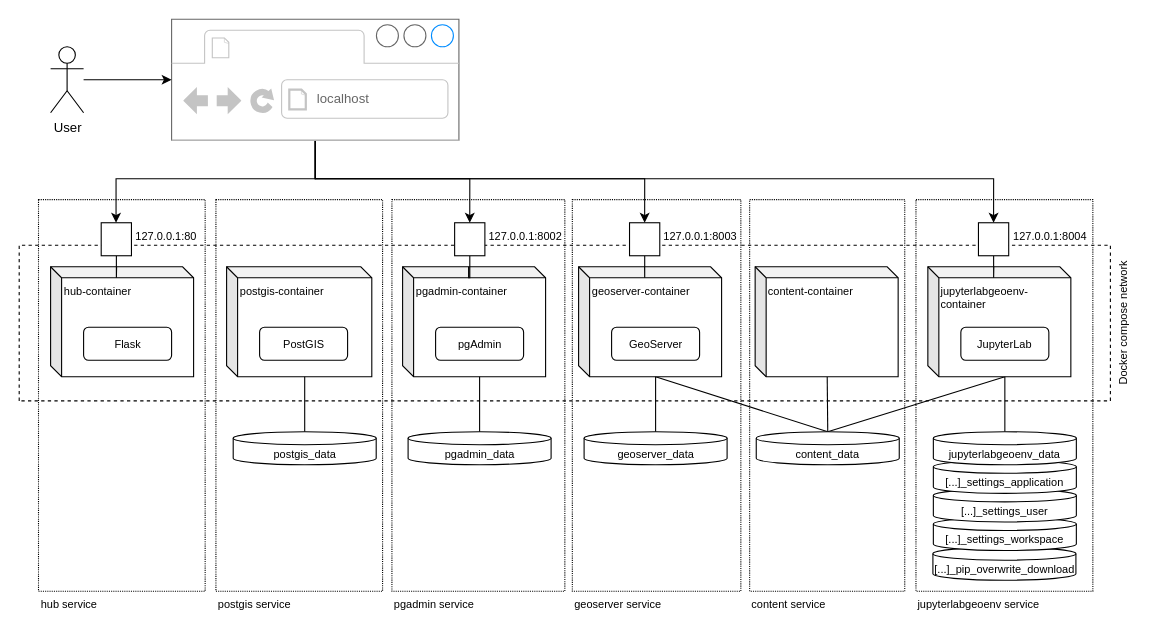
This is thesis/img/composeSetup.drawio from folinimarc/os_gis_sandbox, a draw.io file, before an edit. Source tidied: cells renumbered, new cells numbered last; positions are measured from the earlier drawing's top-left corner, leaving out a move shared by most shapes. Both pictures are drawn from the tidied source at 110%, with x=0, y=0 at pixel (38, -223).
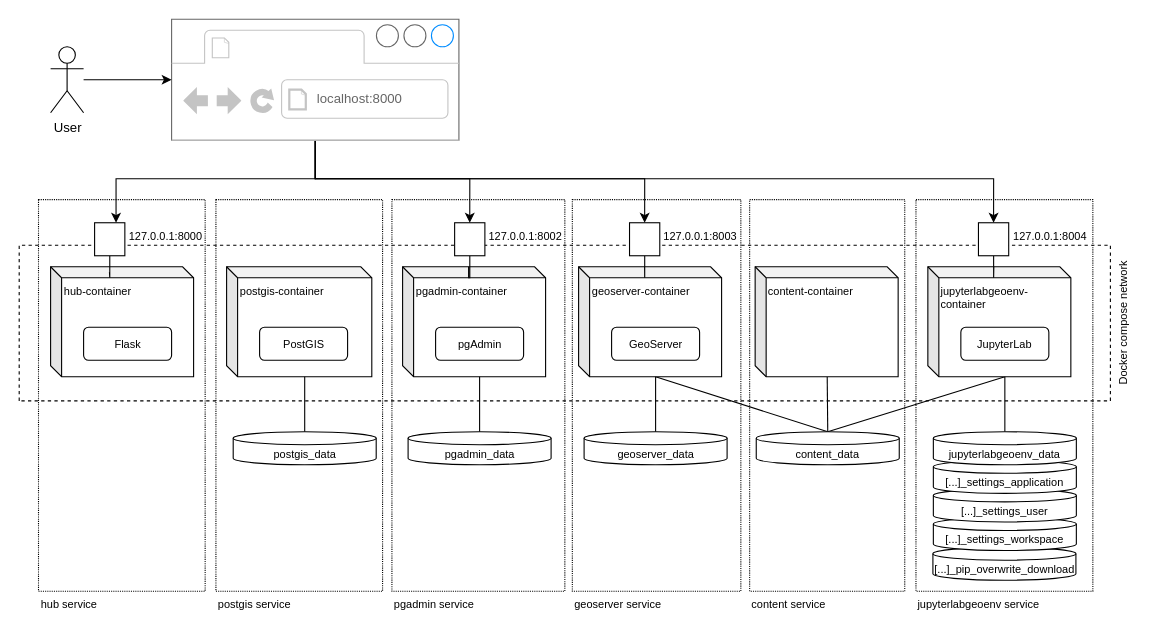
The same page after the edit.

The change refers to these unchanged cells:
```xml
<mxCell id="20" value="hub-container" style="shape=cube;whiteSpace=wrap;boundedLbl=1;backgroundOutline=1;darkOpacity=0.05;darkOpacity2=0.1;size=10;align=left;html=1;verticalAlign=top;fontSize=10;" parent="1" vertex="1">
  <mxGeometry x="10.5" y="445" width="130" height="100" as="geometry" />
</mxCell>
<mxCell id="41" style="strokeWidth=1;shadow=0;dashed=0;align=center;html=1;shape=mxgraph.mockup.containers.browserWindow;rSize=0;strokeColor=none;strokeColor2=#008cff;strokeColor3=#c4c4c4;mainText=,;labelBackgroundColor=none;fontSize=10;fillColor=none;" parent="1" vertex="1">
  <mxGeometry x="120.5" y="220" width="261.2" height="110" as="geometry" />
</mxCell>
```

Change to the diagram source:
```diff
@@
-    <mxCell id="35" style="edgeStyle=orthogonalEdgeStyle;rounded=0;jettySize=auto;html=1;entryX=0;entryY=0;entryDx=60;entryDy=0;entryPerimeter=0;fontSize=10;startArrow=none;startFill=0;endArrow=none;endFill=0;" parent="1" edge="1" source="36" target="20">
-      <mxGeometry relative="1" as="geometry" />
+    <mxCell id="35" style="edgeStyle=orthogonalEdgeStyle;rounded=0;jettySize=auto;html=1;fontSize=10;startArrow=none;startFill=0;endArrow=none;endFill=0;" parent="1" edge="1" source="36">
+      <mxGeometry relative="1" as="geometry">
+        <mxPoint x="64" y="450" as="targetPoint" />
+      </mxGeometry>
     </mxCell>
-    <mxCell id="36" value="127.0.0.1:80" style="fontStyle=0;labelPosition=right;verticalLabelPosition=middle;align=left;verticalAlign=top;spacingLeft=2;fontSize=10;html=1;" parent="1" vertex="1">
-      <mxGeometry x="56.5" y="405" width="27.5" height="30" as="geometry" />
+    <mxCell id="36" value="127.0.0.1:8000" style="fontStyle=0;labelPosition=right;verticalLabelPosition=middle;align=left;verticalAlign=top;spacingLeft=2;fontSize=10;html=1;" parent="1" vertex="1">
+      <mxGeometry x="50.5" y="405" width="27.5" height="30" as="geometry" />
     </mxCell>
@@
-    <mxCell id="42" value="&lt;font style=&quot;font-size: 12px;&quot;&gt;localhost&lt;/font&gt;" style="strokeWidth=1;shadow=0;dashed=0;align=center;html=1;shape=mxgraph.mockup.containers.anchor;rSize=0;fontSize=12;fontColor=#666666;align=left;labelBackgroundColor=none;fillColor=none;" parent="41" vertex="1">
+    <mxCell id="42" value="&lt;font style=&quot;font-size: 12px;&quot;&gt;localhost:8000&lt;/font&gt;" style="strokeWidth=1;shadow=0;dashed=0;align=center;html=1;shape=mxgraph.mockup.containers.anchor;rSize=0;fontSize=12;fontColor=#666666;align=left;labelBackgroundColor=none;fillColor=none;" parent="41" vertex="1">
       <mxGeometry x="130" y="60" width="80" height="26" as="geometry" />
     </mxCell>
```
